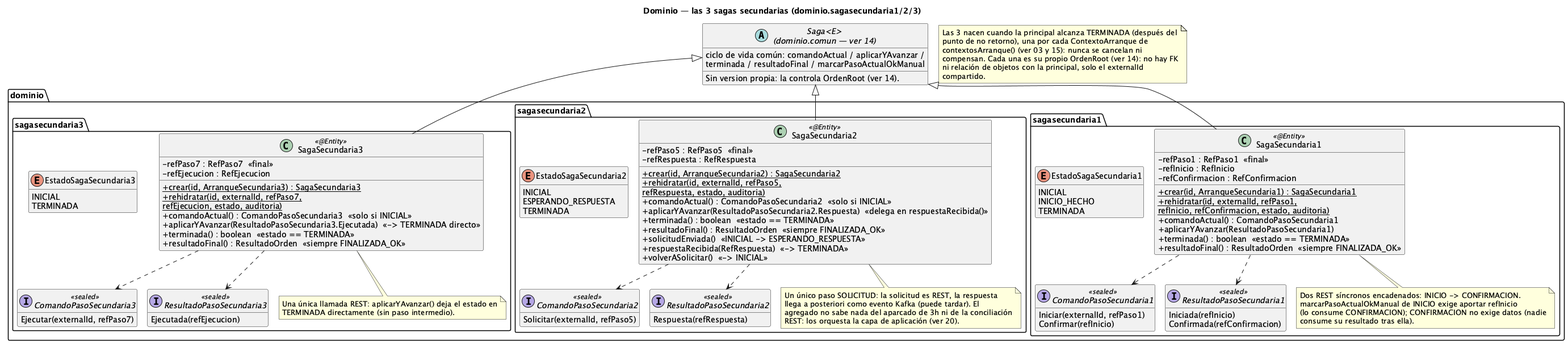
The PlantUML diagram order-manager/docs/16-clases-dominio-sagas-secundarias.png in ralcazar/patrones, before a commit.
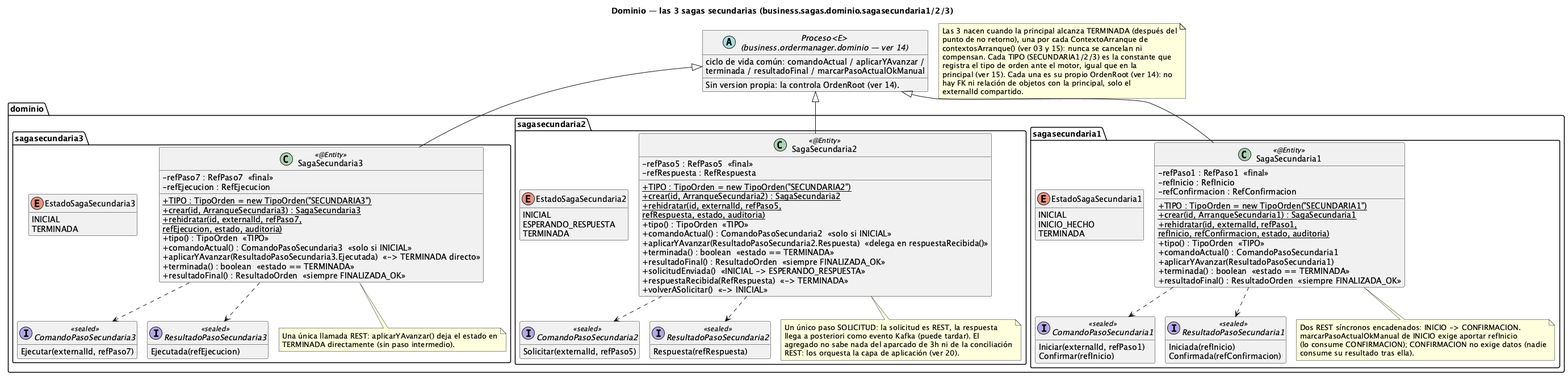
After the commit.

What changed in the source:
```diff
@@ -1,11 +1,10 @@
 @startuml 16-clases-dominio-sagas-secundarias
-!pragma layout smetana
-title Dominio — las 3 sagas secundarias (dominio.sagasecundaria1/2/3)
+title Dominio — las 3 sagas secundarias (business.sagas.dominio.sagasecundaria1/2/3)
 !pragma layout smetana
 hide empty members
 skinparam classAttributeIconSize 0
 
-abstract class "Saga<E>\n(dominio.comun — ver 14)" as Saga {
+abstract class "Proceso<E>\n(business.ordermanager.dominio — ver 14)" as Proceso {
   ciclo de vida común: comandoActual / aplicarYAvanzar /
   terminada / resultadoFinal / marcarPasoActualOkManual
   Sin version propia: la controla OrdenRoot (ver 14).
@@ -13,11 +12,13 @@
 
 package "dominio.sagasecundaria1" {
   class SagaSecundaria1 <<@Entity>> {
+    +{static} TIPO : TipoOrden = new TipoOrden("SECUNDARIA1")
     -refPaso1 : RefPaso1  «final»
     -refInicio : RefInicio
     -refConfirmacion : RefConfirmacion
     +{static} crear(id, ArranqueSecundaria1) : SagaSecundaria1
     +{static} rehidratar(id, externalId, refPaso1,\nrefInicio, refConfirmacion, estado, auditoria)
+    +tipo() : TipoOrden  «TIPO»
     +comandoActual() : ComandoPasoSecundaria1
     +aplicarYAvanzar(ResultadoPasoSecundaria1)
     +terminada() : boolean  «estado == TERMINADA»
@@ -46,10 +47,12 @@
 
 package "dominio.sagasecundaria2" {
   class SagaSecundaria2 <<@Entity>> {
+    +{static} TIPO : TipoOrden = new TipoOrden("SECUNDARIA2")
     -refPaso5 : RefPaso5  «final»
     -refRespuesta : RefRespuesta
     +{static} crear(id, ArranqueSecundaria2) : SagaSecundaria2
     +{static} rehidratar(id, externalId, refPaso5,\nrefRespuesta, estado, auditoria)
+    +tipo() : TipoOrden  «TIPO»
     +comandoActual() : ComandoPasoSecundaria2  «solo si INICIAL»
     +aplicarYAvanzar(ResultadoPasoSecundaria2.Respuesta)  «delega en respuestaRecibida()»
     +terminada() : boolean  «estado == TERMINADA»
@@ -79,10 +82,12 @@
 
 package "dominio.sagasecundaria3" {
   class SagaSecundaria3 <<@Entity>> {
+    +{static} TIPO : TipoOrden = new TipoOrden("SECUNDARIA3")
     -refPaso7 : RefPaso7  «final»
     -refEjecucion : RefEjecucion
     +{static} crear(id, ArranqueSecundaria3) : SagaSecundaria3
     +{static} rehidratar(id, externalId, refPaso7,\nrefEjecucion, estado, auditoria)
+    +tipo() : TipoOrden  «TIPO»
     +comandoActual() : ComandoPasoSecundaria3  «solo si INICIAL»
     +aplicarYAvanzar(ResultadoPasoSecundaria3.Ejecutada)  «-> TERMINADA directo»
     +terminada() : boolean  «estado == TERMINADA»
@@ -104,9 +109,9 @@
   end note
 }
 
-Saga <|-down- SagaSecundaria1
-Saga <|-down- SagaSecundaria2
-Saga <|-down- SagaSecundaria3
+Proceso <|-down- SagaSecundaria1
+Proceso <|-down- SagaSecundaria2
+Proceso <|-down- SagaSecundaria3
 
 SagaSecundaria1 ..> ComandoPasoSecundaria1
 SagaSecundaria1 ..> ResultadoPasoSecundaria1
@@ -119,8 +124,10 @@
   Las 3 nacen cuando la principal alcanza TERMINADA (después del
   punto de no retorno), una por cada ContextoArranque de
   contextosArranque() (ver 03 y 15): nunca se cancelan ni
-  compensan. Cada una es su propio OrdenRoot (ver 14): no hay FK
-  ni relación de objetos con la principal, solo el externalId
-  compartido.
+  compensan. Cada TIPO (SECUNDARIA1/2/3) es la constante que
+  registra el tipo de orden ante el motor, igual que en la
+  principal (ver 15). Cada una es su propio OrdenRoot (ver 14): no
+  hay FK ni relación de objetos con la principal, solo el
+  externalId compartido.
 end note
 @enduml
```
